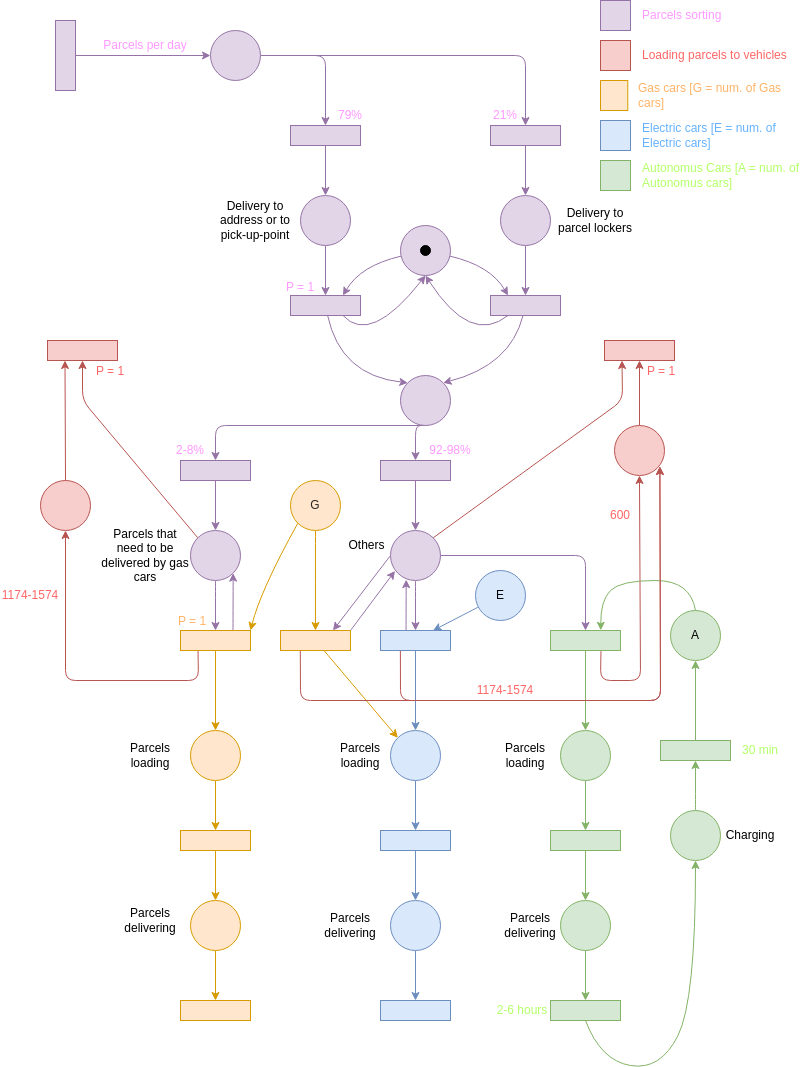
imiskii/ims-project keeps this draw.io diagram as doc/images/scheme.png. Above is the earlier version. Source tidied: cells renumbered, new cells last; positions are measured from the earlier drawing's top-left corner, leaving out a move shared by most shapes.
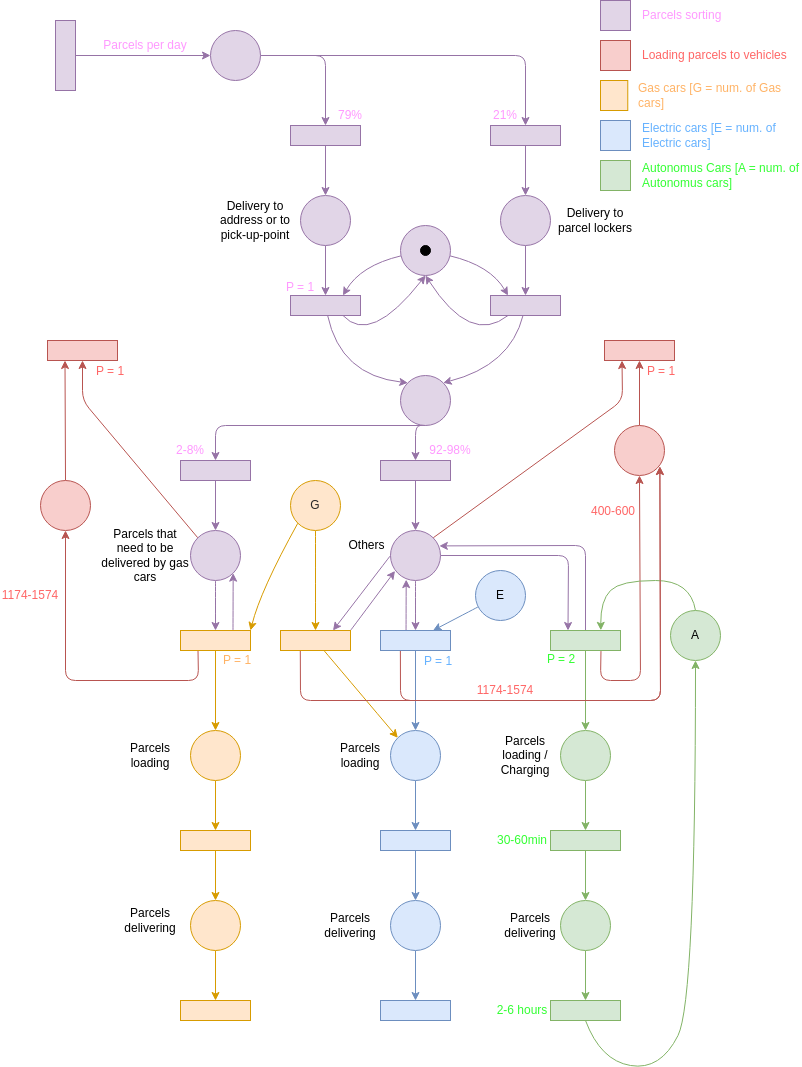
After the change.

Change to the diagram source:
```diff
@@ -152,10 +152,10 @@
     <mxCell id="35" style="edgeStyle=none;curved=1;html=1;entryX=0.5;entryY=1;entryDx=0;entryDy=0;strokeColor=#9673a6;fillColor=#e1d5e7;" parent="1" edge="1" source="38" target="46">
       <mxGeometry relative="1" as="geometry" />
     </mxCell>
-    <mxCell id="36" style="edgeStyle=none;html=1;entryX=0.5;entryY=1;entryDx=0;entryDy=0;strokeColor=#9673a6;rounded=1;fillColor=#e1d5e7;" parent="1" edge="1" source="38" target="49">
+    <mxCell id="36" style="edgeStyle=none;html=1;entryX=0.75;entryY=1;entryDx=0;entryDy=0;strokeColor=#9673a6;rounded=1;fillColor=#e1d5e7;" parent="1" edge="1" source="38" target="49">
       <mxGeometry relative="1" as="geometry">
         <Array as="points">
-          <mxPoint x="585" y="555" />
+          <mxPoint x="568" y="555" />
         </Array>
       </mxGeometry>
     </mxCell>
@@ -210,6 +210,13 @@
         </Array>
       </mxGeometry>
     </mxCell>
+    <mxCell id="134" style="edgeStyle=none;html=1;entryX=0.977;entryY=0.308;entryDx=0;entryDy=0;entryPerimeter=0;fontColor=#66B2FF;fillColor=#d0cee2;strokeColor=#9673A6;" parent="1" edge="1" source="49" target="38">
+      <mxGeometry relative="1" as="geometry">
+        <Array as="points">
+          <mxPoint x="585" y="545" />
+        </Array>
+      </mxGeometry>
+    </mxCell>
     <mxCell id="49" style="rounded=0;whiteSpace=wrap;html=1;rotation=-180;strokeColor=#82b366;fillColor=#d5e8d4;" parent="1" vertex="1">
       <mxGeometry x="550" y="630" width="70" height="20" as="geometry" />
     </mxCell>
@@ -273,7 +280,7 @@
     <mxCell id="69" style="rounded=0;whiteSpace=wrap;html=1;rotation=-180;strokeColor=#6c8ebf;fillColor=#dae8fc;" parent="1" vertex="1">
       <mxGeometry x="380" y="1000" width="70" height="20" as="geometry" />
     </mxCell>
-    <mxCell id="70" style="edgeStyle=none;html=1;exitX=0.5;exitY=0;exitDx=0;exitDy=0;entryX=0.5;entryY=1;entryDx=0;entryDy=0;strokeColor=#82b366;curved=1;fillColor=#d5e8d4;" parent="1" edge="1" source="71" target="73">
+    <mxCell id="70" style="edgeStyle=none;html=1;exitX=0.5;exitY=0;exitDx=0;exitDy=0;entryX=0.5;entryY=1;entryDx=0;entryDy=0;strokeColor=#82b366;curved=1;fillColor=#d5e8d4;" parent="1" edge="1" source="71" target="82">
       <mxGeometry relative="1" as="geometry">
         <Array as="points">
           <mxPoint x="600" y="1060" />
@@ -285,18 +292,6 @@
     <mxCell id="71" style="rounded=0;whiteSpace=wrap;html=1;rotation=-180;strokeColor=#82b366;fillColor=#d5e8d4;" parent="1" vertex="1">
       <mxGeometry x="550" y="1000" width="70" height="20" as="geometry" />
     </mxCell>
-    <mxCell id="72" style="edgeStyle=none;curved=1;html=1;entryX=0.5;entryY=0;entryDx=0;entryDy=0;strokeColor=#82b366;fillColor=#d5e8d4;" parent="1" edge="1" source="73" target="75">
-      <mxGeometry relative="1" as="geometry" />
-    </mxCell>
-    <mxCell id="73" style="ellipse;whiteSpace=wrap;html=1;strokeColor=#82b366;fillColor=#d5e8d4;" parent="1" vertex="1">
-      <mxGeometry x="670" y="810" width="50" height="50" as="geometry" />
-    </mxCell>
-    <mxCell id="74" style="edgeStyle=none;rounded=1;html=1;entryX=0.5;entryY=1;entryDx=0;entryDy=0;strokeColor=#82b366;fillColor=#d5e8d4;" parent="1" edge="1" source="75" target="82">
-      <mxGeometry relative="1" as="geometry" />
-    </mxCell>
-    <mxCell id="75" style="rounded=0;whiteSpace=wrap;html=1;rotation=-180;strokeColor=#82b366;fillColor=#d5e8d4;" parent="1" vertex="1">
-      <mxGeometry x="660" y="740" width="70" height="20" as="geometry" />
-    </mxCell>
     <mxCell id="76" style="edgeStyle=none;curved=1;html=1;entryX=0;entryY=1;entryDx=0;entryDy=0;strokeColor=#d79b00;exitX=0;exitY=1;exitDx=0;exitDy=0;fillColor=#ffe6cc;" parent="1" edge="1" source="78" target="42">
       <mxGeometry relative="1" as="geometry">
         <Array as="points">
@@ -384,7 +379,7 @@
     <mxCell id="99" style="rounded=0;whiteSpace=wrap;html=1;strokeColor=#82b366;fillColor=#d5e8d4;" parent="98" vertex="1">
       <mxGeometry width="30" height="30" as="geometry" />
     </mxCell>
-    <mxCell id="100" value="&lt;font color=&quot;#b3ff66&quot;&gt;Autonomus Cars [A = num. of Autonomus cars]&lt;/font&gt;" style="text;html=1;strokeColor=none;fillColor=none;align=left;verticalAlign=middle;whiteSpace=wrap;rounded=0;" parent="98" vertex="1">
+    <mxCell id="100" value="&lt;font color=&quot;#33ff33&quot;&gt;Autonomus Cars [A = num. of Autonomus cars]&lt;/font&gt;" style="text;html=1;strokeColor=none;fillColor=none;align=left;verticalAlign=middle;whiteSpace=wrap;rounded=0;" parent="98" vertex="1">
       <mxGeometry x="40" width="160" height="30" as="geometry" />
     </mxCell>
     <mxCell id="101" style="group;" parent="1" vertex="1">
@@ -420,11 +415,11 @@
     <mxCell id="111" value="&lt;font color=&quot;#ff99ff&quot;&gt;92-98%&lt;/font&gt;" style="text;html=1;strokeColor=none;fillColor=none;align=center;verticalAlign=middle;whiteSpace=wrap;rounded=0;fontColor=#000000;" parent="1" vertex="1">
       <mxGeometry x="420" y="435" width="60" height="30" as="geometry" />
     </mxCell>
-    <mxCell id="112" value="&lt;font color=&quot;#ff6666&quot;&gt;600&lt;/font&gt;" style="text;html=1;strokeColor=none;fillColor=none;align=center;verticalAlign=middle;whiteSpace=wrap;rounded=0;fontColor=#000000;" parent="1" vertex="1">
-      <mxGeometry x="590" y="500" width="60" height="30" as="geometry" />
+    <mxCell id="112" value="&lt;font color=&quot;#ff6666&quot;&gt;400-600&lt;/font&gt;" style="text;html=1;strokeColor=none;fillColor=none;align=center;verticalAlign=middle;whiteSpace=wrap;rounded=0;fontColor=#000000;" parent="1" vertex="1">
+      <mxGeometry x="583" y="496" width="60" height="30" as="geometry" />
     </mxCell>
     <mxCell id="113" value="&lt;font color=&quot;#ffb366&quot;&gt;P = 1&lt;span style=&quot;font-family: monospace; font-size: 0px; text-align: start;&quot;&gt;%3CmxGraphModel%3E%3Croot%3E%3CmxCell%20id%3D%220%22%2F%3E%3CmxCell%20id%3D%221%22%20parent%3D%220%22%2F%3E%3CmxCell%20id%3D%222%22%20value%3D%22%22%20style%3D%22rounded%3D0%3BwhiteSpace%3Dwrap%3Bhtml%3D1%3Brotation%3D-90%3BstrokeColor%3D%23b85450%3BfillColor%3D%23f8cecc%3B%22%20vertex%3D%221%22%20parent%3D%221%22%3E%3CmxGeometry%20x%3D%22550%22%20y%3D%22410%22%20width%3D%2270%22%20height%3D%2220%22%20as%3D%22geometry%22%2F%3E%3C%2FmxCell%3E%3C%2Froot%3E%3C%2FmxGraphModel%3E&lt;/span&gt;&lt;/font&gt;" style="text;html=1;strokeColor=none;fillColor=none;align=center;verticalAlign=middle;whiteSpace=wrap;rounded=0;fontColor=#000000;" parent="1" vertex="1">
-      <mxGeometry x="162" y="606" width="60" height="30" as="geometry" />
+      <mxGeometry x="207" y="645" width="60" height="30" as="geometry" />
     </mxCell>
     <mxCell id="114" value="&lt;font color=&quot;#ff99ff&quot;&gt;79%&lt;/font&gt;" style="text;html=1;strokeColor=none;fillColor=none;align=center;verticalAlign=middle;whiteSpace=wrap;rounded=0;fontColor=#000000;" parent="1" vertex="1">
       <mxGeometry x="320" y="100" width="60" height="30" as="geometry" />
@@ -444,12 +439,9 @@
     <mxCell id="119" value="Parcels per day" style="text;html=1;strokeColor=none;fillColor=none;align=center;verticalAlign=middle;whiteSpace=wrap;rounded=0;fontColor=#FF99FF;" parent="1" vertex="1">
       <mxGeometry x="100" y="30" width="90" height="30" as="geometry" />
     </mxCell>
-    <mxCell id="120" value="&lt;font color=&quot;#b3ff66&quot;&gt;2-6 hours&lt;/font&gt;" style="text;html=1;strokeColor=none;fillColor=none;align=center;verticalAlign=middle;whiteSpace=wrap;rounded=0;fontColor=#000000;" parent="1" vertex="1">
+    <mxCell id="120" value="&lt;font color=&quot;#33ff33&quot;&gt;2-6 hours&lt;/font&gt;" style="text;html=1;strokeColor=none;fillColor=none;align=center;verticalAlign=middle;whiteSpace=wrap;rounded=0;fontColor=#000000;" parent="1" vertex="1">
       <mxGeometry x="492" y="995" width="60" height="30" as="geometry" />
     </mxCell>
-    <mxCell id="121" value="&lt;font color=&quot;#b3ff66&quot;&gt;30 min&lt;/font&gt;" style="text;html=1;strokeColor=none;fillColor=none;align=center;verticalAlign=middle;whiteSpace=wrap;rounded=0;fontColor=#000000;" parent="1" vertex="1">
-      <mxGeometry x="730" y="735" width="60" height="30" as="geometry" />
-    </mxCell>
     <mxCell id="122" value="&lt;font color=&quot;#ff6666&quot;&gt;1174-1574&lt;/font&gt;" style="text;html=1;strokeColor=none;fillColor=none;align=center;verticalAlign=middle;whiteSpace=wrap;rounded=0;fontColor=#000000;" parent="1" vertex="1">
       <mxGeometry x="455" y="675" width="100" height="30" as="geometry" />
     </mxCell>
@@ -480,11 +472,17 @@
     <mxCell id="131" value="Parcels loading" style="text;html=1;strokeColor=none;fillColor=none;align=center;verticalAlign=middle;whiteSpace=wrap;rounded=0;fontColor=#000000;" parent="1" vertex="1">
       <mxGeometry x="330" y="735" width="60" height="40" as="geometry" />
     </mxCell>
-    <mxCell id="132" value="Parcels loading" style="text;html=1;strokeColor=none;fillColor=none;align=center;verticalAlign=middle;whiteSpace=wrap;rounded=0;fontColor=#000000;" parent="1" vertex="1">
+    <mxCell id="132" value="Parcels loading / Charging" style="text;html=1;strokeColor=none;fillColor=none;align=center;verticalAlign=middle;whiteSpace=wrap;rounded=0;fontColor=#000000;" parent="1" vertex="1">
       <mxGeometry x="495" y="735" width="60" height="40" as="geometry" />
     </mxCell>
-    <mxCell id="133" value="Charging" style="text;html=1;strokeColor=none;fillColor=none;align=center;verticalAlign=middle;whiteSpace=wrap;rounded=0;fontColor=#000000;" parent="1" vertex="1">
-      <mxGeometry x="720" y="815" width="60" height="40" as="geometry" />
-    </mxCell>
+    <mxCell id="135" value="&lt;font color=&quot;#33ff33&quot;&gt;P = 2&lt;/font&gt;" style="text;html=1;strokeColor=none;fillColor=none;align=center;verticalAlign=middle;whiteSpace=wrap;rounded=0;fontColor=#000000;" parent="1" vertex="1">
+      <mxGeometry x="531" y="644" width="60" height="30" as="geometry" />
+    </mxCell>
+    <mxCell id="136" value="&lt;font color=&quot;#66b2ff&quot;&gt;P = 1&lt;/font&gt;" style="text;html=1;strokeColor=none;fillColor=none;align=center;verticalAlign=middle;whiteSpace=wrap;rounded=0;fontColor=#000000;" parent="1" vertex="1">
+      <mxGeometry x="408" y="646" width="60" height="30" as="geometry" />
+    </mxCell>
+    <mxCell id="137" value="&lt;font color=&quot;#33ff33&quot;&gt;30-60min&lt;/font&gt;" style="text;html=1;strokeColor=none;fillColor=none;align=center;verticalAlign=middle;whiteSpace=wrap;rounded=0;fontColor=#000000;" parent="1" vertex="1">
+      <mxGeometry x="492" y="825" width="60" height="30" as="geometry" />
+    </mxCell>
   </root>
 </mxGraphModel>
```
